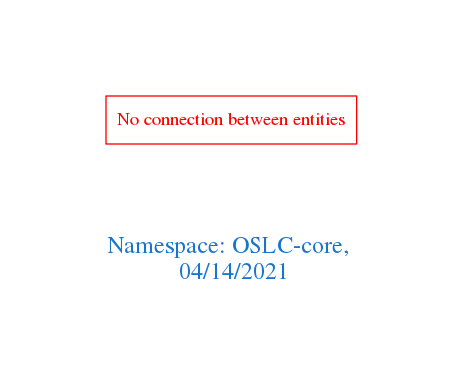
Before: downloads/OSLC-core.png, a diagram exported from Graphviz (arago/OGIT). Its source is kept beside it as downloads/OSLC-core.dot.
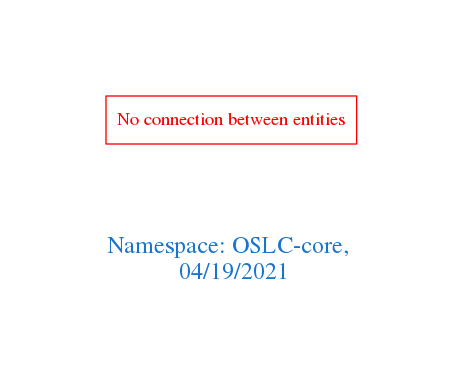
Later version of the same file.

Change to the diagram source:
```diff
@@ -1,7 +1,7 @@
 digraph OGIT_ontology {
  graph [ rankdir= LR,pad=1
 fontsize = 18,
-fontcolor= dodgerblue3,label = "\n\n\nNamespace: OSLC-core, \n 04/14/2021"];
+fontcolor= dodgerblue3,label = "\n\n\nNamespace: OSLC-core, \n 04/19/2021"];
 node[shape=polygon];
 edge [  color="gray81"];
 
```
